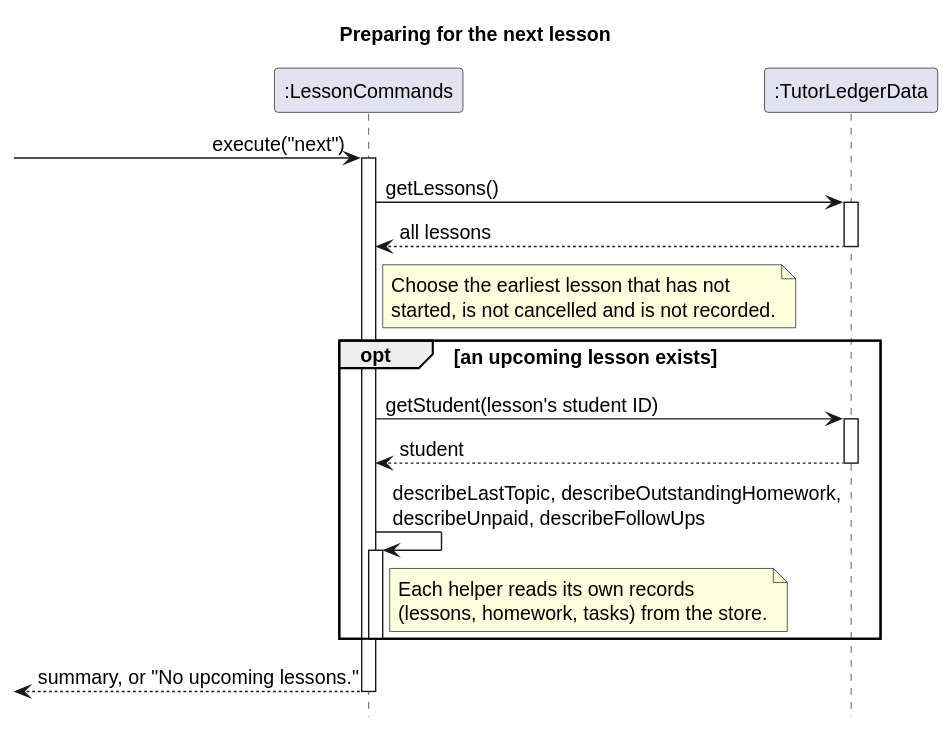
Earlier version of the PlantUML export docs/diagrams/lesson-next-sequence.svg (AY2627S1-CS2113-W12-2/tp). Source of this version:
```plantuml
@startuml
skinparam backgroundColor white
skinparam defaultFontSize 14
skinparam shadowing false
hide footbox
title Preparing for the next lesson

participant ":LessonCommands" as Commands
participant ":TutorLedgerData" as Data

[-> Commands : execute("next")
activate Commands
Commands -> Data : getLessons()
activate Data
Data --> Commands : all lessons
deactivate Data
note right of Commands
  Choose the earliest lesson that has not
  started, is not cancelled and is not recorded.
end note

opt an upcoming lesson exists
  Commands -> Data : getStudent(lesson's student ID)
  activate Data
  Data --> Commands : student
  deactivate Data
  Commands -> Commands : describeLastTopic, describeOutstandingHomework,\ndescribeUnpaid, describeFollowUps
  activate Commands
  note right of Commands
    Each helper reads its own records
    (lessons, homework, tasks) from the store.
  end note
  deactivate Commands
end
Commands -->[ : summary, or "No upcoming lessons."
deactivate Commands
@enduml
```
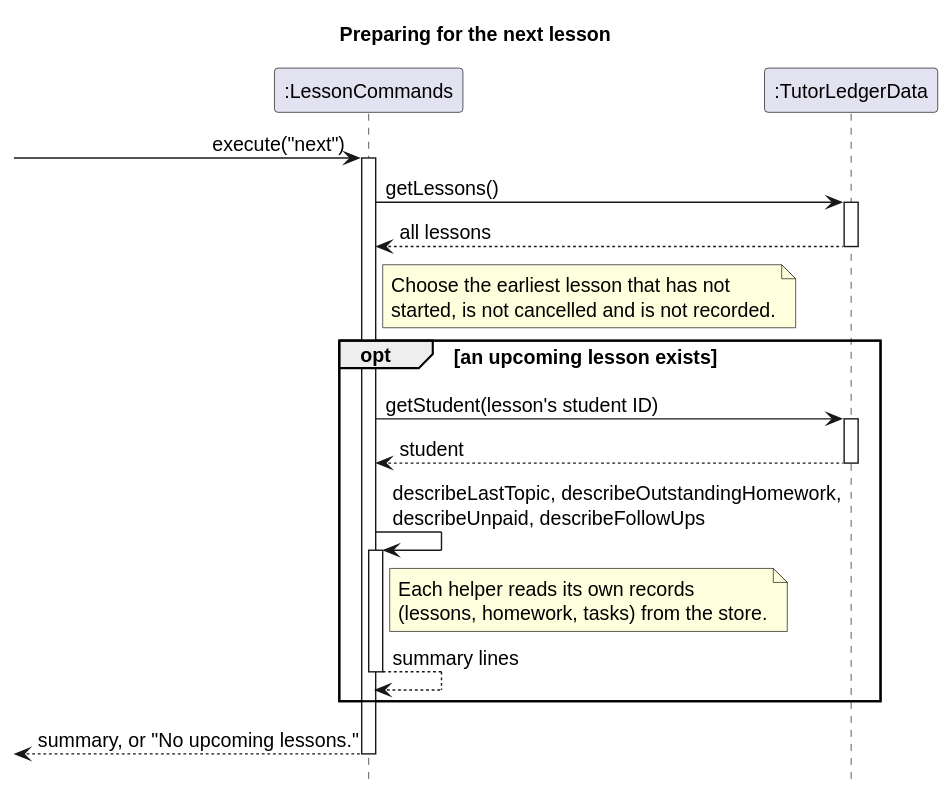
The same file after the commit.

Change to the diagram source:
```diff
@@ -30,6 +30,7 @@
     Each helper reads its own records
     (lessons, homework, tasks) from the store.
   end note
+  Commands --> Commands : summary lines
   deactivate Commands
 end
 Commands -->[ : summary, or "No upcoming lessons."
```
